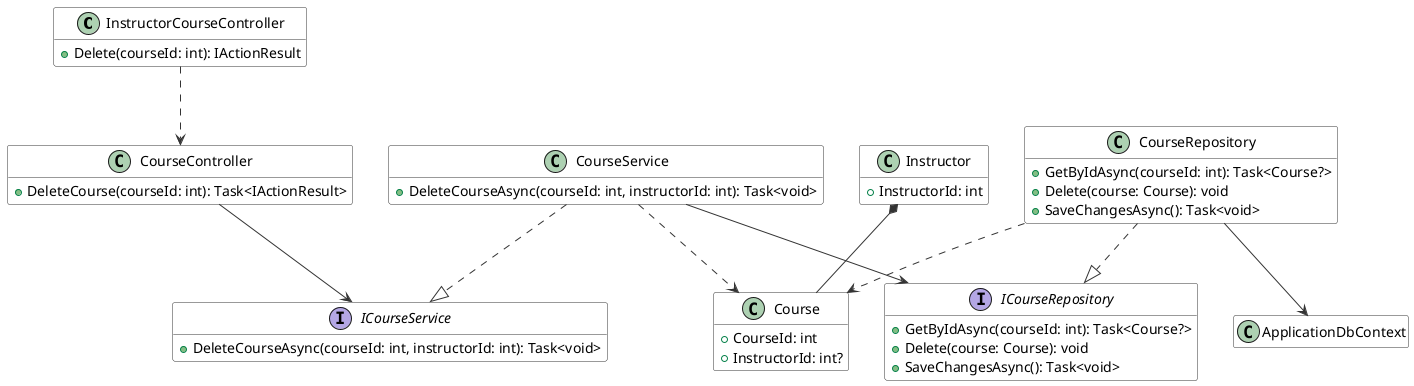
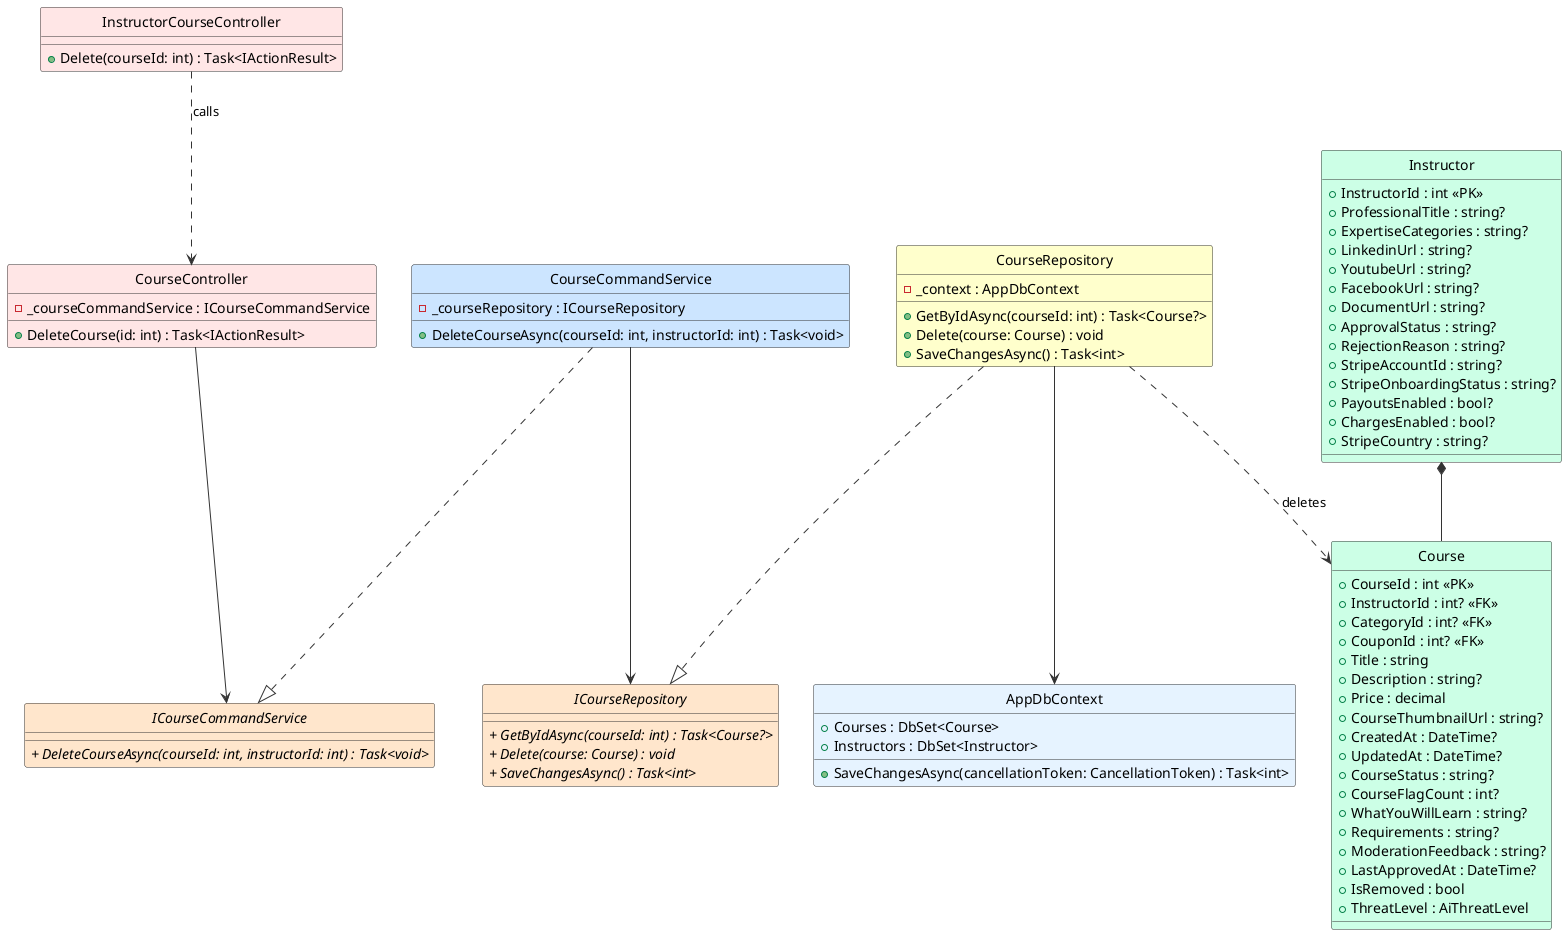
- @startuml DeleteCourse
- ' Styling & Settings - Simplified for compatibility
+ @startuml DeleteCourse_ClassDiagram
+ 
+ ' Styling & Settings
+ skinparam style strictuml
skinparam shadowing false
skinparam class {
    BackgroundColor White
-     BorderColor #333333
-     ArrowColor #333333
- }
- hide empty members
- 
- ' === PARTICIPANTS ===
- 
- ' --- Frontend ---
- class InstructorCourseController {
-     + Delete(courseId: int): IActionResult
+     BorderColor #1A73E8
+     ArrowColor #5F6368
}

- ' --- Backend Controller ---
- class CourseController {
-     + DeleteCourse(courseId: int): Task<IActionResult>
+ !define ABSTRACT_COLOR #FFE6CC
+ !define SERVICE_COLOR #CCE5FF
+ !define DTO_COLOR #E6CCFF
+ !define ENTITY_COLOR #CCFFE6
+ !define REPOSITORY_COLOR #FFFFCC
+ !define CONTROLLER_COLOR #FFE6E6
+ 
+ skinparam backgroundColor #FFFFFF
+ skinparam classBackgroundColor #F9F9F9
+ skinparam classBorderColor #333333
+ skinparam arrowColor #333333
+ 
+ ' ==================== FRONTEND ====================
+ 
+ class InstructorCourseController #FFE6E6 {
+     + Delete(courseId: int) : Task<IActionResult>
}

- ' --- Services ---
- interface ICourseService {
-     + DeleteCourseAsync(courseId: int, instructorId: int): Task<void>
+ ' ==================== BACKEND - CONTROLLER ====================
+ 
+ class CourseController #FFE6E6 {
+     - _courseCommandService : ICourseCommandService
+     + DeleteCourse(id: int) : Task<IActionResult>
}

- class CourseService {
-     + DeleteCourseAsync(courseId: int, instructorId: int): Task<void>
+ ' ==================== BACKEND - DOMAIN ENTITIES ====================
+ 
+ class Course #CCFFE6 {
+     + CourseId : int <<PK>>
+     + InstructorId : int? <<FK>>
+     + CategoryId : int? <<FK>>
+     + CouponId : int? <<FK>>
+     + Title : string
+     + Description : string?
+     + Price : decimal
+     + CourseThumbnailUrl : string?
+     + CreatedAt : DateTime?
+     + UpdatedAt : DateTime?
+     + CourseStatus : string?
+     + CourseFlagCount : int?
+     + WhatYouWillLearn : string?
+     + Requirements : string?
+     + ModerationFeedback : string?
+     + LastApprovedAt : DateTime?
+     + IsRemoved : bool
+     + ThreatLevel : AiThreatLevel
}

- ' --- Repositories ---
- interface ICourseRepository {
-     + GetByIdAsync(courseId: int): Task<Course?>
-     + Delete(course: Course): void
-     + SaveChangesAsync(): Task<void>
+ class Instructor #CCFFE6 {
+     + InstructorId : int <<PK>>
+     + ProfessionalTitle : string?
+     + ExpertiseCategories : string?
+     + LinkedinUrl : string?
+     + YoutubeUrl : string?
+     + FacebookUrl : string?
+     + DocumentUrl : string?
+     + ApprovalStatus : string?
+     + RejectionReason : string?
+     + StripeAccountId : string?
+     + StripeOnboardingStatus : string?
+     + PayoutsEnabled : bool?
+     + ChargesEnabled : bool?
+     + StripeCountry : string?
}

- class CourseRepository {
-     + GetByIdAsync(courseId: int): Task<Course?>
-     + Delete(course: Course): void
-     + SaveChangesAsync(): Task<void>
+ ' ==================== BACKEND - SERVICE INTERFACES ====================
+ 
+ interface ICourseCommandService #FFE6CC {
+     //+ DeleteCourseAsync(courseId: int, instructorId: int) : Task<void>//
}

- ' --- Entities & DbContext ---
- class Course {
-     + CourseId: int
-     + InstructorId: int?
+ ' ==================== BACKEND - REPOSITORY INTERFACES ====================
+ 
+ interface ICourseRepository #FFE6CC {
+     //+ GetByIdAsync(courseId: int) : Task<Course?>//
+     //+ Delete(course: Course) : void//
+     //+ SaveChangesAsync() : Task<int>//
}

- class Instructor {
-     + InstructorId: int
+ ' ==================== BACKEND - SERVICE IMPLEMENTATION ====================
+ 
+ class CourseCommandService #CCE5FF {
+     - _courseRepository : ICourseRepository
+     + DeleteCourseAsync(courseId: int, instructorId: int) : Task<void>
}

- ' --- DbContext represented as a class for compatibility ---
- class ApplicationDbContext
+ ' ==================== BACKEND - REPOSITORY IMPLEMENTATION ====================

+ class CourseRepository #FFFFCC {
+     - _context : AppDbContext
+     + GetByIdAsync(courseId: int) : Task<Course?>
+     + Delete(course: Course) : void
+     + SaveChangesAsync() : Task<int>
+ }

- ' === RELATIONSHIPS ===
+ ' ==================== BACKEND - DbContext ====================

- ' Frontend to Backend Dependency
- InstructorCourseController ..> CourseController
+ class AppDbContext #E6F3FF {
+     + Courses : DbSet<Course>
+     + Instructors : DbSet<Instructor>
+     + SaveChangesAsync(cancellationToken: CancellationToken) : Task<int>
+ }

- ' Dependency Injection (Unidirectional Association)
- CourseController --> ICourseService
- CourseService --> ICourseRepository
- CourseRepository --> ApplicationDbContext
+ ' ==================== RELATIONSHIPS ====================

- ' Repository to Entity Dependency
- ' Service uses the Course entity after fetching it via the repository
- CourseService ..> Course
- CourseRepository ..> Course
- 
- ' Entity to Entity Composition
+ ' === COMPOSITION (filled diamond) ===
Instructor *-- Course

- ' Interface Realization
- CourseService ..|> ICourseService
+ ' === UNIDIRECTIONAL ASSOCIATION (solid arrow) ===
+ InstructorCourseController ..> CourseController : calls
+ CourseController --> ICourseCommandService
+ CourseCommandService --> ICourseRepository
+ CourseRepository --> AppDbContext
+ 
+ ' === INTERFACE REALIZATION ===
+ CourseCommandService ..|> ICourseCommandService
CourseRepository ..|> ICourseRepository

+ ' === DEPENDENCY (dashed arrows) ===
+ ' CourseRepository ..> Course : queries
+ CourseRepository ..> Course : deletes
+ 
@enduml
